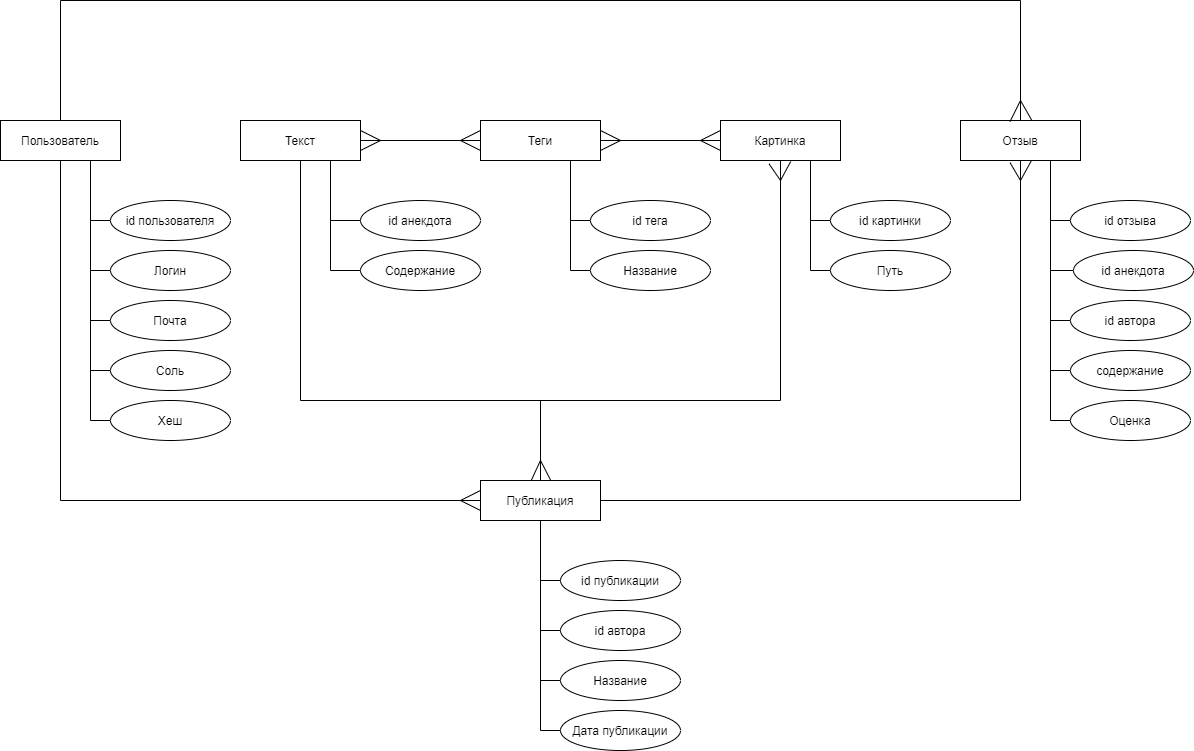
Before: lab_01/Scheme/DB_scheme.png, a diagram exported from draw.io (shlyapos/bmstu_dataBase). Source tidied: cells renumbered, new cells last; positions are measured from the earlier drawing's top-left corner, leaving out a move shared by most shapes.
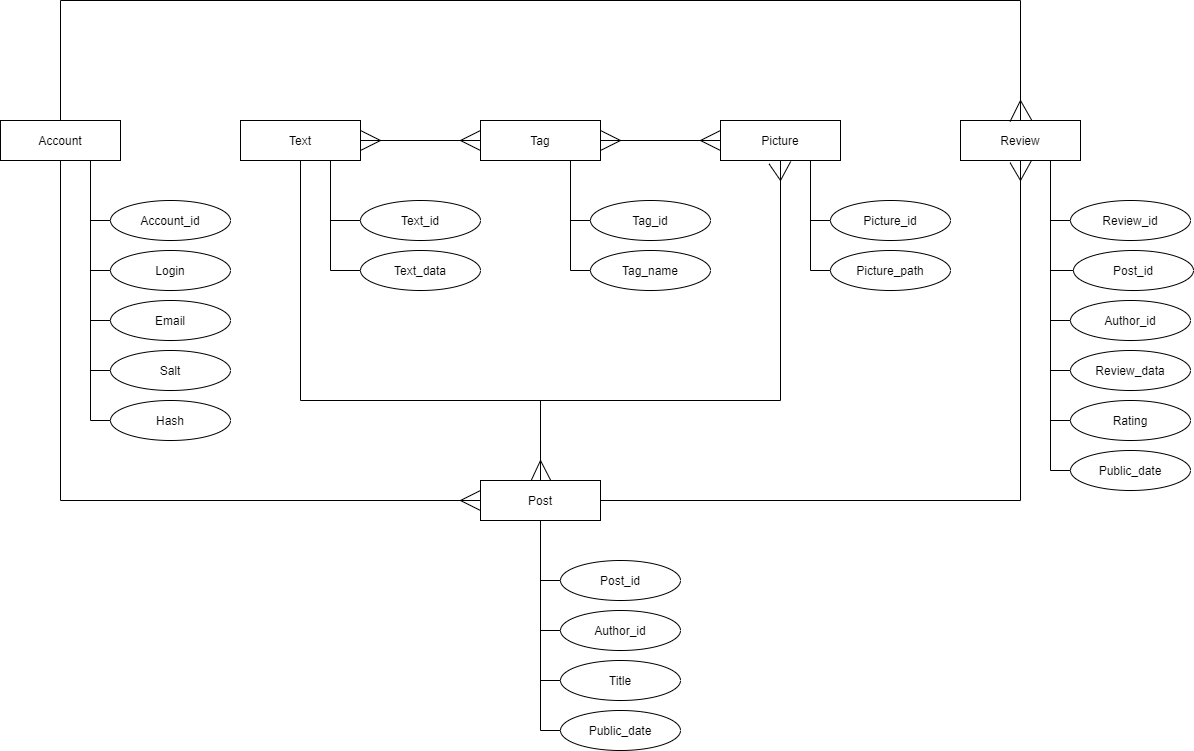
Later version of the same file.

The edit, as a diff of the source:
```diff
@@ -1,17 +1,17 @@
-<mxGraphModel>
+<mxGraphModel background="#ffffff">
   <root>
     <mxCell id="0" />
     <mxCell id="1" parent="0" />
-    <mxCell id="2" value="Пользователь" style="rounded=0;whiteSpace=wrap;html=1;" parent="1" vertex="1">
+    <mxCell id="2" value="Account" style="rounded=0;whiteSpace=wrap;html=1;" parent="1" vertex="1">
       <mxGeometry y="120" width="120" height="40" as="geometry" />
     </mxCell>
-    <mxCell id="3" value="id пользователя" style="ellipse;whiteSpace=wrap;html=1;" parent="1" vertex="1">
+    <mxCell id="3" value="Account_id" style="ellipse;whiteSpace=wrap;html=1;" parent="1" vertex="1">
       <mxGeometry x="110" y="200" width="120" height="40" as="geometry" />
     </mxCell>
-    <mxCell id="4" value="Логин" style="ellipse;whiteSpace=wrap;html=1;" parent="1" vertex="1">
+    <mxCell id="4" value="Login&lt;br&gt;" style="ellipse;whiteSpace=wrap;html=1;" parent="1" vertex="1">
       <mxGeometry x="110" y="250" width="120" height="40" as="geometry" />
     </mxCell>
-    <mxCell id="5" value="Почта" style="ellipse;whiteSpace=wrap;html=1;" parent="1" vertex="1">
+    <mxCell id="5" value="Email" style="ellipse;whiteSpace=wrap;html=1;" parent="1" vertex="1">
       <mxGeometry x="110" y="300" width="120" height="40" as="geometry" />
     </mxCell>
     <mxCell id="6" style="endArrow=none;html=1;entryX=0;entryY=0.5;entryDx=0;entryDy=0;" parent="1" edge="1" target="5">
@@ -29,19 +29,19 @@
         <mxPoint x="90" y="270" as="targetPoint" />
       </mxGeometry>
     </mxCell>
-    <mxCell id="9" value="Текст" style="rounded=0;whiteSpace=wrap;html=1;" parent="1" vertex="1">
+    <mxCell id="9" value="Text" style="rounded=0;whiteSpace=wrap;html=1;" parent="1" vertex="1">
       <mxGeometry x="240" y="120" width="120" height="40" as="geometry" />
     </mxCell>
-    <mxCell id="10" value="Содержание" style="ellipse;whiteSpace=wrap;html=1;" parent="1" vertex="1">
+    <mxCell id="10" value="Text_data" style="ellipse;whiteSpace=wrap;html=1;" parent="1" vertex="1">
       <mxGeometry x="360" y="250" width="120" height="40" as="geometry" />
     </mxCell>
-    <mxCell id="11" value="Теги" style="rounded=0;whiteSpace=wrap;html=1;" parent="1" vertex="1">
+    <mxCell id="11" value="Tag" style="rounded=0;whiteSpace=wrap;html=1;" parent="1" vertex="1">
       <mxGeometry x="480" y="120" width="120" height="40" as="geometry" />
     </mxCell>
-    <mxCell id="12" value="id тега" style="ellipse;whiteSpace=wrap;html=1;" parent="1" vertex="1">
+    <mxCell id="12" value="Tag_id" style="ellipse;whiteSpace=wrap;html=1;" parent="1" vertex="1">
       <mxGeometry x="590" y="200" width="120" height="40" as="geometry" />
     </mxCell>
-    <mxCell id="13" value="Название" style="ellipse;whiteSpace=wrap;html=1;" parent="1" vertex="1">
+    <mxCell id="13" value="Tag_name" style="ellipse;whiteSpace=wrap;html=1;" parent="1" vertex="1">
       <mxGeometry x="590" y="250" width="120" height="40" as="geometry" />
     </mxCell>
     <mxCell id="14" style="endArrow=none;html=1;entryX=0;entryY=0.5;entryDx=0;entryDy=0;" parent="1" edge="1" target="12">
@@ -59,24 +59,24 @@
         <mxPoint x="570" y="270" as="sourcePoint" />
       </mxGeometry>
     </mxCell>
-    <mxCell id="17" value="Отзыв" style="rounded=0;whiteSpace=wrap;html=1;" parent="1" vertex="1">
+    <mxCell id="17" value="Review" style="rounded=0;whiteSpace=wrap;html=1;" parent="1" vertex="1">
       <mxGeometry x="960" y="120" width="120" height="40" as="geometry" />
     </mxCell>
-    <mxCell id="18" value="id автора" style="ellipse;whiteSpace=wrap;html=1;" parent="1" vertex="1">
+    <mxCell id="18" value="Author_id" style="ellipse;whiteSpace=wrap;html=1;" parent="1" vertex="1">
       <mxGeometry x="1070" y="300" width="120" height="40" as="geometry" />
     </mxCell>
-    <mxCell id="19" value="id анекдота" style="ellipse;whiteSpace=wrap;html=1;" parent="1" vertex="1">
+    <mxCell id="19" value="Post_id" style="ellipse;whiteSpace=wrap;html=1;" parent="1" vertex="1">
       <mxGeometry x="1073" y="250" width="120" height="40" as="geometry" />
     </mxCell>
     <mxCell id="20" style="endArrow=none;html=1;entryX=0.75;entryY=1;entryDx=0;entryDy=0;" parent="1" edge="1" target="17">
       <mxGeometry relative="1" as="geometry">
-        <mxPoint x="1050" y="420" as="sourcePoint" />
+        <mxPoint x="1050" y="470" as="sourcePoint" />
       </mxGeometry>
     </mxCell>
-    <mxCell id="21" value="id отзыва" style="ellipse;whiteSpace=wrap;html=1;" parent="1" vertex="1">
+    <mxCell id="21" value="Review_id" style="ellipse;whiteSpace=wrap;html=1;" parent="1" vertex="1">
       <mxGeometry x="1070" y="200" width="120" height="40" as="geometry" />
     </mxCell>
-    <mxCell id="22" value="содержание" style="ellipse;whiteSpace=wrap;html=1;" parent="1" vertex="1">
+    <mxCell id="22" value="Review_data" style="ellipse;whiteSpace=wrap;html=1;" parent="1" vertex="1">
       <mxGeometry x="1070" y="350" width="120" height="40" as="geometry" />
     </mxCell>
     <mxCell id="23" style="endArrow=none;html=1;entryX=0;entryY=0.5;entryDx=0;entryDy=0;" parent="1" edge="1" target="21">
@@ -99,7 +99,7 @@
         <mxPoint x="1050" y="370" as="sourcePoint" />
       </mxGeometry>
     </mxCell>
-    <mxCell id="27" value="id анекдота" style="ellipse;whiteSpace=wrap;html=1;" parent="1" vertex="1">
+    <mxCell id="27" value="Text_id" style="ellipse;whiteSpace=wrap;html=1;" parent="1" vertex="1">
       <mxGeometry x="360" y="200" width="120" height="40" as="geometry" />
     </mxCell>
     <mxCell id="28" style="endArrow=none;html=1;entryX=0.75;entryY=1;entryDx=0;entryDy=0;" parent="1" edge="1" target="9">
@@ -117,7 +117,7 @@
         <mxPoint x="330" y="270" as="sourcePoint" />
       </mxGeometry>
     </mxCell>
-    <mxCell id="31" value="Оценка" style="ellipse;whiteSpace=wrap;html=1;" parent="1" vertex="1">
+    <mxCell id="31" value="Rating" style="ellipse;whiteSpace=wrap;html=1;" parent="1" vertex="1">
       <mxGeometry x="1070" y="400" width="120" height="40" as="geometry" />
     </mxCell>
     <mxCell id="32" style="endArrow=none;html=1;entryX=0;entryY=0.5;entryDx=0;entryDy=0;" parent="1" edge="1" target="31">
@@ -125,13 +125,13 @@
         <mxPoint x="1050" y="420" as="sourcePoint" />
       </mxGeometry>
     </mxCell>
-    <mxCell id="33" value="Картинка" style="rounded=0;whiteSpace=wrap;html=1;" parent="1" vertex="1">
+    <mxCell id="33" value="Picture" style="rounded=0;whiteSpace=wrap;html=1;" parent="1" vertex="1">
       <mxGeometry x="720" y="120" width="120" height="40" as="geometry" />
     </mxCell>
-    <mxCell id="34" value="id картинки" style="ellipse;whiteSpace=wrap;html=1;" parent="1" vertex="1">
+    <mxCell id="34" value="Picture_id" style="ellipse;whiteSpace=wrap;html=1;" parent="1" vertex="1">
       <mxGeometry x="830" y="200" width="120" height="40" as="geometry" />
     </mxCell>
-    <mxCell id="35" value="Путь" style="ellipse;whiteSpace=wrap;html=1;" parent="1" vertex="1">
+    <mxCell id="35" value="Picture_path" style="ellipse;whiteSpace=wrap;html=1;" parent="1" vertex="1">
       <mxGeometry x="830" y="250" width="120" height="40" as="geometry" />
     </mxCell>
     <mxCell id="36" style="endArrow=none;html=1;entryX=0;entryY=0.5;entryDx=0;entryDy=0;" parent="1" edge="1" target="34">
@@ -144,7 +144,7 @@
         <mxPoint x="810" y="270" as="sourcePoint" />
       </mxGeometry>
     </mxCell>
-    <mxCell id="38" value="Публикация" style="rounded=0;whiteSpace=wrap;html=1;" parent="1" vertex="1">
+    <mxCell id="38" value="Post" style="rounded=0;whiteSpace=wrap;html=1;" parent="1" vertex="1">
       <mxGeometry x="480" y="480" width="120" height="40" as="geometry" />
     </mxCell>
     <mxCell id="39" style="endArrow=none;html=1;entryX=0.5;entryY=1;entryDx=0;entryDy=0;" parent="1" edge="1" target="38">
@@ -152,10 +152,10 @@
         <mxPoint x="540" y="730" as="sourcePoint" />
       </mxGeometry>
     </mxCell>
-    <mxCell id="40" value="id публикации" style="ellipse;whiteSpace=wrap;html=1;" parent="1" vertex="1">
+    <mxCell id="40" value="Post_id" style="ellipse;whiteSpace=wrap;html=1;" parent="1" vertex="1">
       <mxGeometry x="560" y="560" width="120" height="40" as="geometry" />
     </mxCell>
-    <mxCell id="41" value="id автора" style="ellipse;whiteSpace=wrap;html=1;" parent="1" vertex="1">
+    <mxCell id="41" value="Author_id" style="ellipse;whiteSpace=wrap;html=1;" parent="1" vertex="1">
       <mxGeometry x="560" y="610" width="120" height="40" as="geometry" />
     </mxCell>
     <mxCell id="42" style="endArrow=none;html=1;entryX=0;entryY=0.5;entryDx=0;entryDy=0;" parent="1" edge="1" target="40">
@@ -180,10 +180,10 @@
         <mxPoint x="560" y="730" as="targetPoint" />
       </mxGeometry>
     </mxCell>
-    <mxCell id="46" value="Название" style="ellipse;whiteSpace=wrap;html=1;" parent="1" vertex="1">
+    <mxCell id="46" value="Title" style="ellipse;whiteSpace=wrap;html=1;" parent="1" vertex="1">
       <mxGeometry x="560" y="660" width="120" height="40" as="geometry" />
     </mxCell>
-    <mxCell id="47" value="Дата публикации" style="ellipse;whiteSpace=wrap;html=1;" parent="1" vertex="1">
+    <mxCell id="47" value="Public_date" style="ellipse;whiteSpace=wrap;html=1;" parent="1" vertex="1">
       <mxGeometry x="560" y="710" width="120" height="40" as="geometry" />
     </mxCell>
     <mxCell id="48" style="endArrow=none;html=1;entryX=0.5;entryY=1;entryDx=0;entryDy=0;" parent="1" edge="1" target="2">
@@ -353,10 +353,10 @@
         <mxPoint x="90" y="420" as="sourcePoint" />
       </mxGeometry>
     </mxCell>
-    <mxCell id="81" value="Соль" style="ellipse;whiteSpace=wrap;html=1;" parent="1" vertex="1">
+    <mxCell id="81" value="Salt" style="ellipse;whiteSpace=wrap;html=1;" parent="1" vertex="1">
       <mxGeometry x="110" y="350" width="120" height="40" as="geometry" />
     </mxCell>
-    <mxCell id="82" value="Хеш" style="ellipse;whiteSpace=wrap;html=1;" parent="1" vertex="1">
+    <mxCell id="82" value="Hash" style="ellipse;whiteSpace=wrap;html=1;" parent="1" vertex="1">
       <mxGeometry x="110" y="400" width="120" height="40" as="geometry" />
     </mxCell>
     <mxCell id="83" style="endArrow=none;html=1;entryX=0;entryY=0.5;entryDx=0;entryDy=0;" parent="1" edge="1" target="81">
@@ -369,5 +369,13 @@
         <mxPoint x="90" y="420" as="sourcePoint" />
       </mxGeometry>
     </mxCell>
+    <mxCell id="85" value="Public_date" style="ellipse;whiteSpace=wrap;html=1;" parent="1" vertex="1">
+      <mxGeometry x="1070" y="450" width="120" height="40" as="geometry" />
+    </mxCell>
+    <mxCell id="86" style="endArrow=none;html=1;entryX=0;entryY=0.5;entryDx=0;entryDy=0;" parent="1" edge="1" target="85">
+      <mxGeometry relative="1" as="geometry">
+        <mxPoint x="1050" y="470" as="sourcePoint" />
+      </mxGeometry>
+    </mxCell>
   </root>
 </mxGraphModel>
```
